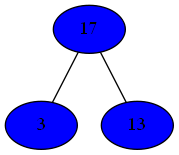
Above: Compiler/14phiGraph.png in mbajaj92/Project-Astoria (Graphviz), before the change. Its source is kept beside it as Compiler/14phiGraph.dot.
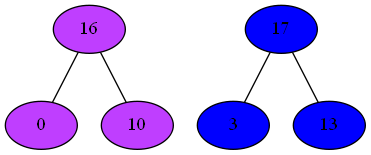
The same diagram one commit later.

Diff of the diagram source:
```diff
@@ -1,9 +1,16 @@
 strict graph {
+16[label="16" style=filled fillcolor="darkorchid1"];
+16 -- 0
+16 -- 10
+0[label="0" style=filled fillcolor="darkorchid1"];
+0 -- 16
 17[label="17" style=filled fillcolor="blue1"];
 17 -- 3
 17 -- 13
 3[label="3" style=filled fillcolor="blue1"];
 3 -- 17
+10[label="10" style=filled fillcolor="darkorchid1"];
+10 -- 16
 13[label="13" style=filled fillcolor="blue1"];
 13 -- 17
 }
```
